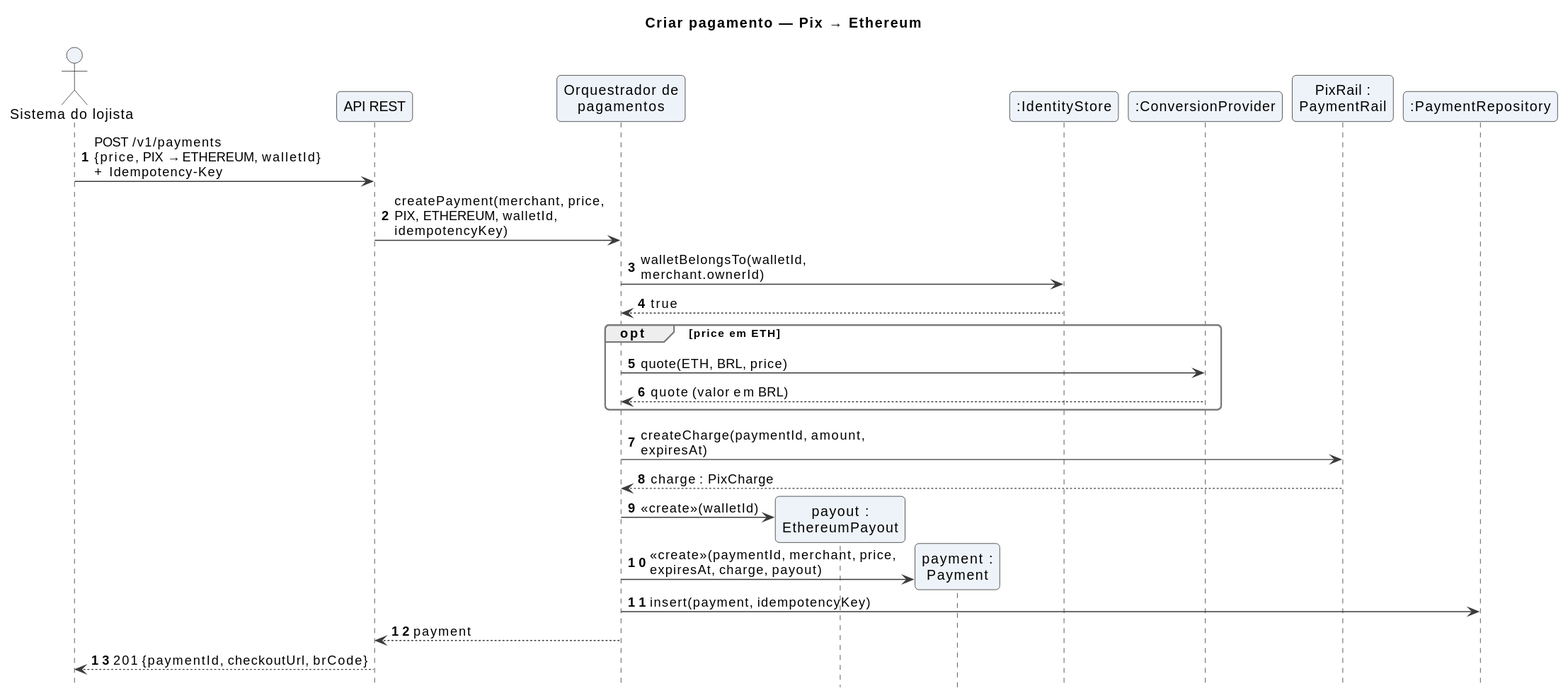
Above: docs/diagrams/svg/fluxos/seq-criar-pagamento-pix-eth.svg in BrunoViotto18/Pixeth (PlantUML), before the change. Its diagram source:
```plantuml
@startuml
!include ../_estilo.iuml
hide footbox
autonumber

title Criar pagamento — Pix → Ethereum

actor "Sistema do lojista" as SL
participant "API REST" as API
participant "Orquestrador de\npagamentos" as ORQ
participant "payout :\nEthereumPayout" as PO
participant "payment :\nPayment" as PAY
participant ":IdentityStore" as IDS
participant ":ConversionProvider" as CONV
participant "PixRail :\nPaymentRail" as RAIL
participant ":PaymentRepository" as REPO

SL -> API : POST /v1/payments\n{price, PIX → ETHEREUM, walletId}\n+ Idempotency-Key
API -> ORQ : createPayment(merchant, price,\nPIX, ETHEREUM, walletId, idempotencyKey)
ORQ -> IDS : walletBelongsTo(walletId, merchant.ownerId)
IDS --> ORQ : true
opt price em ETH
  ORQ -> CONV : quote(ETH, BRL, price)
  CONV --> ORQ : quote (valor em BRL)
end
ORQ -> RAIL : createCharge(paymentId, amount, expiresAt)
RAIL --> ORQ : charge : PixCharge
create PO
ORQ -> PO : «create»(walletId)
create PAY
ORQ -> PAY : «create»(paymentId, merchant, price,\nexpiresAt, charge, payout)
ORQ -> REPO : insert(payment, idempotencyKey)
ORQ --> API : payment
API --> SL : 201 {paymentId, checkoutUrl, brCode}
@enduml
```
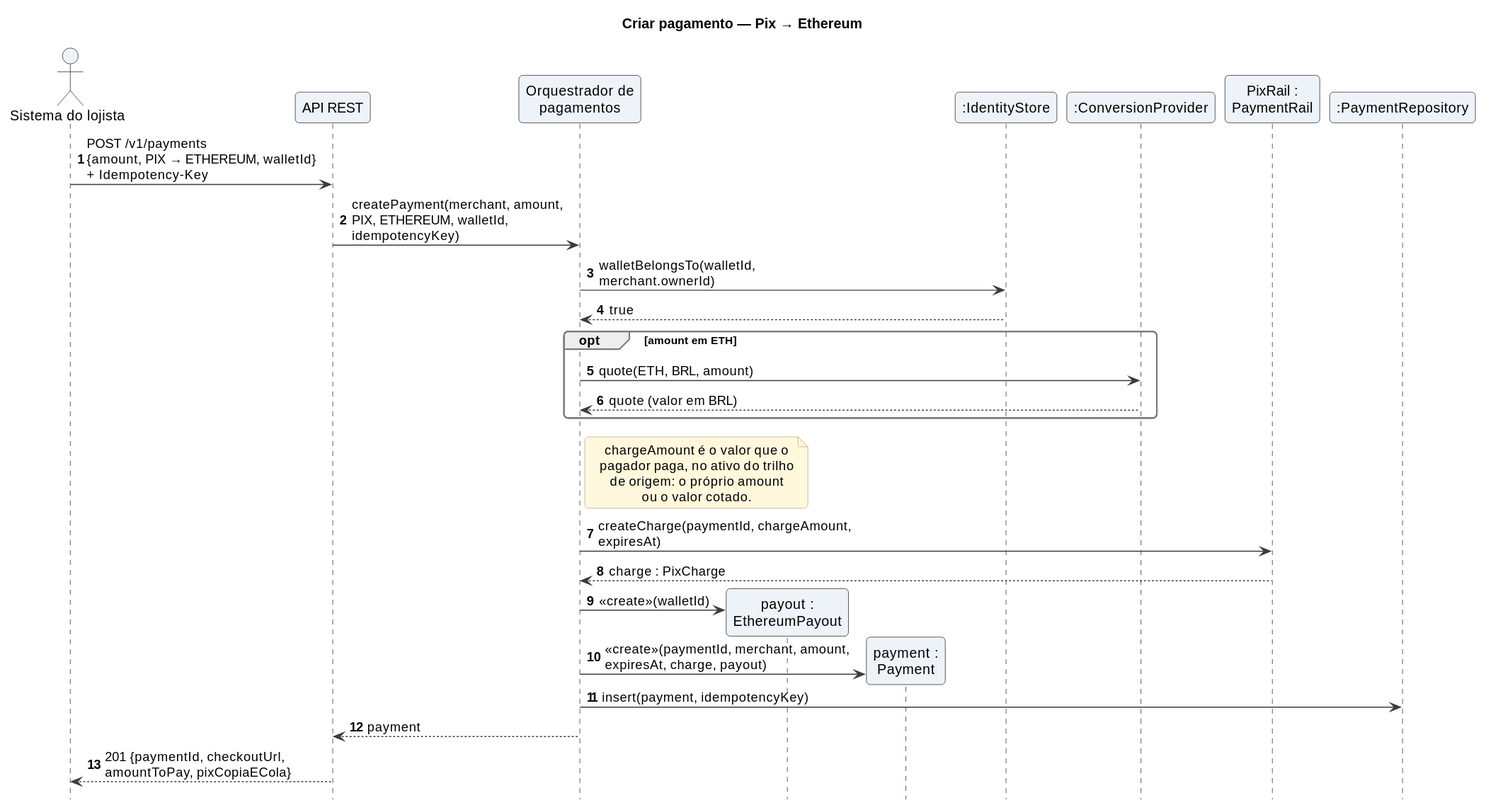
The same diagram one commit later.

The edit, as a diff of the source:
```diff
@@ -15,21 +15,27 @@
 participant "PixRail :\nPaymentRail" as RAIL
 participant ":PaymentRepository" as REPO
 
-SL -> API : POST /v1/payments\n{price, PIX → ETHEREUM, walletId}\n+ Idempotency-Key
-API -> ORQ : createPayment(merchant, price,\nPIX, ETHEREUM, walletId, idempotencyKey)
+SL -> API : POST /v1/payments\n{amount, PIX → ETHEREUM, walletId}\n+ Idempotency-Key
+API -> ORQ : createPayment(merchant, amount,\nPIX, ETHEREUM, walletId, idempotencyKey)
 ORQ -> IDS : walletBelongsTo(walletId, merchant.ownerId)
 IDS --> ORQ : true
-opt price em ETH
-  ORQ -> CONV : quote(ETH, BRL, price)
+opt amount em ETH
+  ORQ -> CONV : quote(ETH, BRL, amount)
   CONV --> ORQ : quote (valor em BRL)
 end
-ORQ -> RAIL : createCharge(paymentId, amount, expiresAt)
+note right of ORQ
+  chargeAmount é o valor que o
+  pagador paga, no ativo do trilho
+  de origem: o próprio amount
+  ou o valor cotado.
+end note
+ORQ -> RAIL : createCharge(paymentId, chargeAmount, expiresAt)
 RAIL --> ORQ : charge : PixCharge
 create PO
 ORQ -> PO : «create»(walletId)
 create PAY
-ORQ -> PAY : «create»(paymentId, merchant, price,\nexpiresAt, charge, payout)
+ORQ -> PAY : «create»(paymentId, merchant, amount,\nexpiresAt, charge, payout)
 ORQ -> REPO : insert(payment, idempotencyKey)
 ORQ --> API : payment
-API --> SL : 201 {paymentId, checkoutUrl, brCode}
+API --> SL : 201 {paymentId, checkoutUrl,\namountToPay, pixCopiaECola}
 @enduml
```
